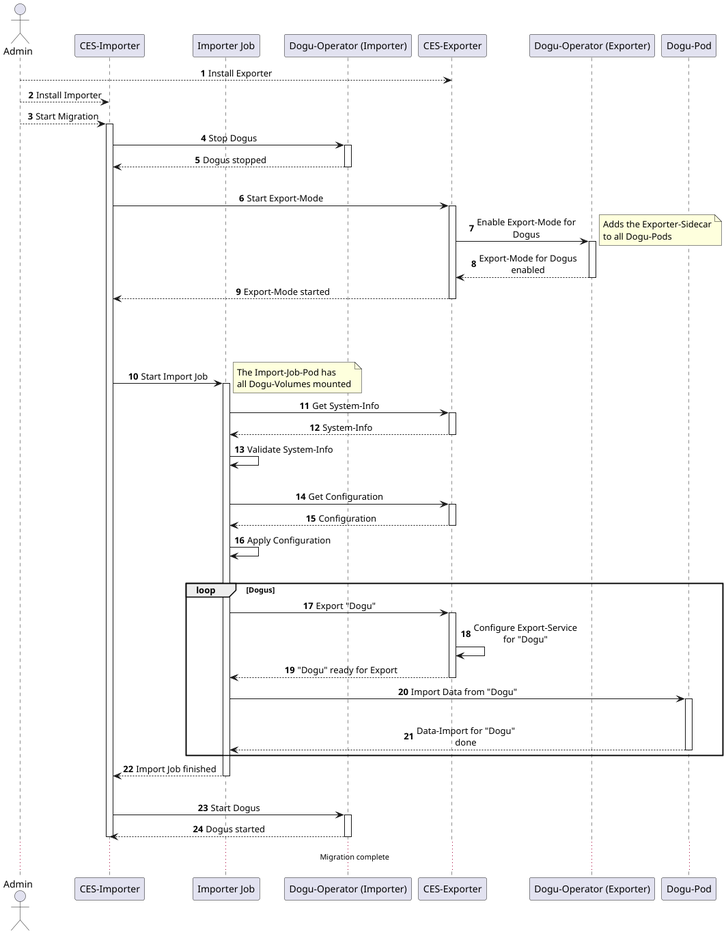
This is docs/migration_mn-mn.png from cloudogu/ces-exporter, a PlantUML export, as it was before one commit.
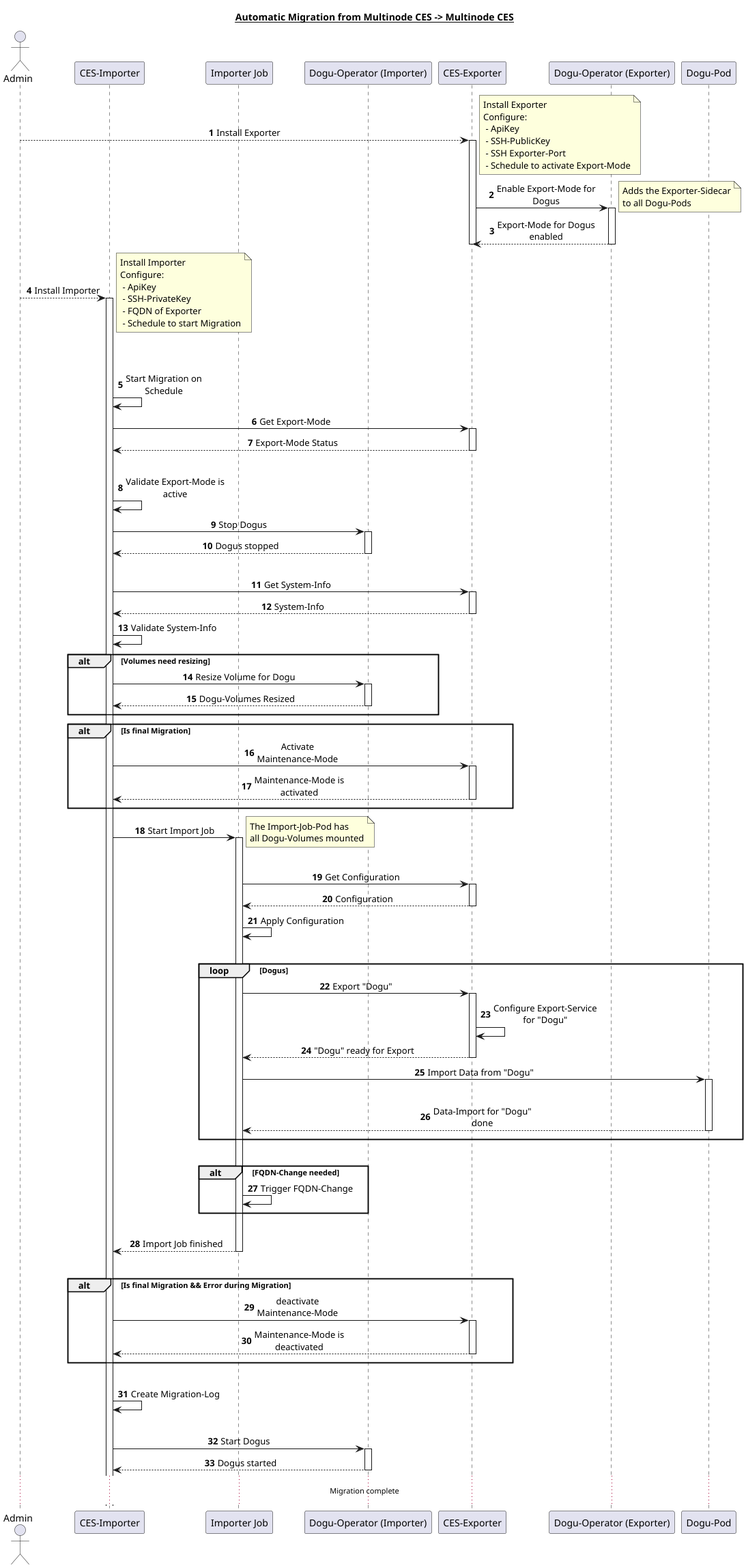
Later version of the same file.

Change to the diagram source:
```diff
@@ -3,6 +3,8 @@
 skinparam maxMessageSize 160
 skinparam sequenceMessageAlign center
 autonumber
+
+title __Automatic Migration from Multinode CES -> Multinode CES__
 
 actor Admin
 participant "CES-Importer" as I
@@ -12,81 +14,117 @@
 participant "Dogu-Operator (Exporter)" as DOE
 participant "Dogu-Pod" as DP
 
-Admin --> E: Install Exporter
-Admin --> I: Install Importer
-
-Admin --> I: Start Migration
-activate I
-
-I -> DOI: Stop Dogus
-activate DOI
-I <-- DOI: Dogus stopped
-deactivate DOI
-
-|||
-
-I -> E: Start Export-Mode
-activate E
-E -> DOE: Enable Export-Mode for Dogus
-activate DOE
+Admin --> E ++: Install Exporter
+note right
+Install Exporter
+Configure:
+ - ApiKey
+ - SSH-PublicKey
+ - SSH Exporter-Port
+ - Schedule to activate Export-Mode
+end note
+E -> DOE ++: Enable Export-Mode for Dogus
 note right
 Adds the Exporter-Sidecar
 to all Dogu-Pods
 end note
-E <-- DOE: Export-Mode for Dogus enabled
-deactivate DOE
-I <-- E: Export-Mode started
+E <-- DOE --: Export-Mode for Dogus enabled
 deactivate E
 
-||80||
+Admin --> I++ : Install Importer
+note right
+Install Importer
+Configure:
+ - ApiKey
+ - SSH-PrivateKey
+ - FQDN of Exporter
+ - Schedule to start Migration
+end note
 
-I -> IJ: Start Import Job
+||50||
+
+I -> I: Start Migration on Schedule
+
+I -> E++: Get Export-Mode
+I <-- E--: Export-Mode Status
+
+|||
+
+I -> I: Validate Export-Mode is active
+
+I -> DOI ++: Stop Dogus
+I <-- DOI --: Dogus stopped
+
+|||
+
+I -> E ++: Get System-Info
+I <-- E --: System-Info
+I -> I: Validate System-Info
+
+alt Volumes need resizing
+    I -> DOI++: Resize Volume for Dogu
+    I <-- DOI--: Dogu-Volumes Resized
+    ||5||
+end
+
+alt Is final Migration
+    I -> E++: Activate Maintenance-Mode
+    I <-- E--: Maintenance-Mode is activated
+    ||5||
+end
+
+
+I -> IJ++: Start Import Job
 note right
 The Import-Job-Pod has
 all Dogu-Volumes mounted
 end note
-activate IJ
-
-IJ -> E: Get System-Info
-activate E
-IJ <-- E: System-Info
-deactivate E
-IJ -> IJ: Validate System-Info
 
 |||
 
-IJ -> E: Get Configuration
-activate E
-IJ <-- E: Configuration
-deactivate E
+IJ -> E ++: Get Configuration
+IJ <-- E --: Configuration
 IJ -> IJ: Apply Configuration
 
 |||
 
 loop Dogus
-IJ -> E: Export "Dogu"
-activate E
-E -> E: Configure Export-Service for "Dogu"
-IJ <-- E: "Dogu" ready for Export
-deactivate E
-IJ -> DP: Import Data from "Dogu"
-activate DP
-|||
-IJ <-- DP: Data-Import for "Dogu" done
-deactivate DP
+    IJ -> E ++: Export "Dogu"
+    E -> E: Configure Export-Service for "Dogu"
+    IJ <-- E --: "Dogu" ready for Export
+    IJ -> DP ++: Import Data from "Dogu"
+    |||
+    IJ <-- DP --: Data-Import for "Dogu" done
+    ||5||
 end
-
-I <-- IJ: Import Job finished
-deactivate IJ
 
 |||
 
-I -> DOI: Start Dogus
-activate DOI
-I <-- DOI: Dogus started
-deactivate DOI
+alt FQDN-Change needed
+    IJ -> IJ: Trigger FQDN-Change
+    ||5||
+end
 
-deactivate I
+|||
+
+I <-- IJ --: Import Job finished
+
+|||
+
+alt Is final Migration && Error during Migration
+    I -> E++: deactivate Maintenance-Mode
+    I <-- E--: Maintenance-Mode is deactivated
+    ||5||
+end
+
+|||
+
+I -> I: Create Migration-Log
+
+|||
+
+I -> DOI ++: Start Dogus
+I <-- DOI --: Dogus started
 
 ...Migration complete...
 @enduml
```
